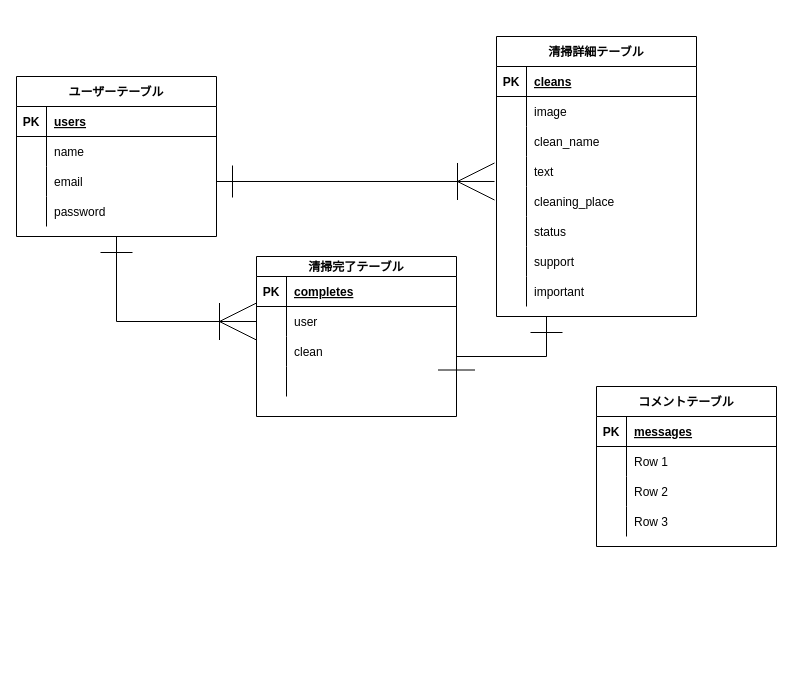
tsunbow/cleanliness-me keeps this draw.io diagram as cleanliness_me.dio. Above is the earlier version. Source tidied: cells renumbered, new cells numbered last; positions are measured from the earlier drawing's top-left corner, leaving out a move shared by most shapes. Both pictures are drawn from the tidied source at 100%, with x=0, y=0 at pixel (16, 36).
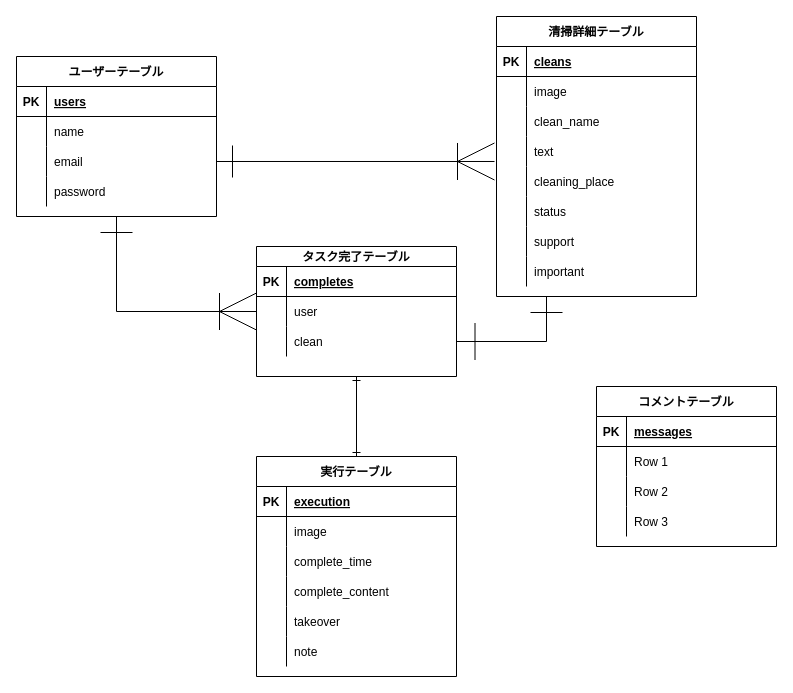
The same diagram, later.

Change to the diagram source:
```diff
@@
     <mxCell id="3" value="ユーザーテーブル" style="shape=table;startSize=30;childLayout=tableLayout;rowLines=0;fontStyle=1;align=center;" parent="1" vertex="1">
-      <mxGeometry y="40" width="200" height="160" as="geometry" />
+      <mxGeometry y="20" width="200" height="160" as="geometry" />
     </mxCell>
@@
     <mxCell id="17" value="清掃詳細テーブル" style="shape=table;startSize=30;childLayout=tableLayout;rowLines=0;fontStyle=1;align=center;" parent="1" vertex="1">
-      <mxGeometry x="480" width="200" height="280" as="geometry" />
+      <mxGeometry x="480" y="-20" width="200" height="280" as="geometry" />
     </mxCell>
@@
+    <mxCell id="69" style="edgeStyle=orthogonalEdgeStyle;rounded=0;jettySize=auto;html=1;exitX=0.5;exitY=1;exitDx=0;exitDy=0;entryX=0.5;entryY=0;entryDx=0;entryDy=0;endArrow=ERone;endFill=0;startArrow=ERone;startFill=0;" parent="1" edge="1" source="55" target="70">
+      <mxGeometry relative="1" as="geometry" />
+    </mxCell>
-    <mxCell id="55" value="清掃完了テーブル" style="shape=table;startSize=20;childLayout=tableLayout;rowLines=0;fontStyle=1;align=center;" parent="1" vertex="1">
-      <mxGeometry x="240" y="220" width="200" height="160" as="geometry" />
+    <mxCell id="55" value="タスク完了テーブル" style="shape=table;startSize=20;childLayout=tableLayout;rowLines=0;fontStyle=1;align=center;" parent="1" vertex="1">
+      <mxGeometry x="240" y="210" width="200" height="130" as="geometry" />
     </mxCell>
@@
-    <mxCell id="65" style="shape=partialRectangle;fillColor=none;top=0;left=0;bottom=0;right=0;" parent="55" vertex="1">
-      <mxGeometry y="110" width="200" height="30" as="geometry" />
-    </mxCell>
-    <mxCell id="66" style="shape=partialRectangle;fillColor=none;top=0;left=0;bottom=0;right=0;overflow=hidden;" parent="65" vertex="1">
-      <mxGeometry width="30" height="30" as="geometry" />
-    </mxCell>
-    <mxCell id="67" style="shape=partialRectangle;fillColor=none;top=0;left=0;bottom=0;right=0;align=left;spacingLeft=6;overflow=hidden;" parent="65" vertex="1">
-      <mxGeometry x="30" width="170" height="30" as="geometry" />
-    </mxCell>
@@
+    <mxCell id="70" value="実行テーブル" style="shape=table;startSize=30;childLayout=tableLayout;rowLines=0;fontStyle=1;align=center;" parent="1" vertex="1">
+      <mxGeometry x="240" y="420" width="200" height="220" as="geometry" />
+    </mxCell>
+    <mxCell id="71" style="shape=partialRectangle;fillColor=none;top=0;left=0;bottom=1;right=0;" parent="70" vertex="1">
+      <mxGeometry y="30" width="200" height="30" as="geometry" />
+    </mxCell>
+    <mxCell id="72" value="PK" style="shape=partialRectangle;fillColor=none;top=0;left=0;bottom=0;right=0;fontStyle=1;overflow=hidden;" parent="71" vertex="1">
+      <mxGeometry width="30" height="30" as="geometry" />
+    </mxCell>
+    <mxCell id="73" value="execution" style="shape=partialRectangle;fillColor=none;top=0;left=0;bottom=0;right=0;align=left;spacingLeft=6;fontStyle=5;overflow=hidden;" parent="71" vertex="1">
+      <mxGeometry x="30" width="170" height="30" as="geometry" />
+    </mxCell>
+    <mxCell id="74" style="shape=partialRectangle;fillColor=none;top=0;left=0;bottom=0;right=0;" parent="70" vertex="1">
+      <mxGeometry y="60" width="200" height="30" as="geometry" />
+    </mxCell>
+    <mxCell id="75" style="shape=partialRectangle;fillColor=none;top=0;left=0;bottom=0;right=0;overflow=hidden;" parent="74" vertex="1">
+      <mxGeometry width="30" height="30" as="geometry" />
+    </mxCell>
+    <mxCell id="76" value="image" style="shape=partialRectangle;fillColor=none;top=0;left=0;bottom=0;right=0;align=left;spacingLeft=6;overflow=hidden;" parent="74" vertex="1">
+      <mxGeometry x="30" width="170" height="30" as="geometry" />
+    </mxCell>
+    <mxCell id="77" style="shape=partialRectangle;fillColor=none;top=0;left=0;bottom=0;right=0;" parent="70" vertex="1">
+      <mxGeometry y="90" width="200" height="30" as="geometry" />
+    </mxCell>
+    <mxCell id="78" style="shape=partialRectangle;fillColor=none;top=0;left=0;bottom=0;right=0;overflow=hidden;" parent="77" vertex="1">
+      <mxGeometry width="30" height="30" as="geometry" />
+    </mxCell>
+    <mxCell id="79" value="complete_time" style="shape=partialRectangle;fillColor=none;top=0;left=0;bottom=0;right=0;align=left;spacingLeft=6;overflow=hidden;" parent="77" vertex="1">
+      <mxGeometry x="30" width="170" height="30" as="geometry" />
+    </mxCell>
+    <mxCell id="80" style="shape=partialRectangle;fillColor=none;top=0;left=0;bottom=0;right=0;" parent="70" vertex="1">
+      <mxGeometry y="120" width="200" height="30" as="geometry" />
+    </mxCell>
+    <mxCell id="81" style="shape=partialRectangle;fillColor=none;top=0;left=0;bottom=0;right=0;overflow=hidden;" parent="80" vertex="1">
+      <mxGeometry width="30" height="30" as="geometry" />
+    </mxCell>
+    <mxCell id="82" value="complete_content" style="shape=partialRectangle;fillColor=none;top=0;left=0;bottom=0;right=0;align=left;spacingLeft=6;overflow=hidden;" parent="80" vertex="1">
+      <mxGeometry x="30" width="170" height="30" as="geometry" />
+    </mxCell>
+    <mxCell id="83" style="shape=partialRectangle;fillColor=none;top=0;left=0;bottom=0;right=0;" parent="70" vertex="1">
+      <mxGeometry y="150" width="200" height="30" as="geometry" />
+    </mxCell>
+    <mxCell id="84" style="shape=partialRectangle;fillColor=none;top=0;left=0;bottom=0;right=0;overflow=hidden;" parent="83" vertex="1">
+      <mxGeometry width="30" height="30" as="geometry" />
+    </mxCell>
+    <mxCell id="85" value="takeover" style="shape=partialRectangle;fillColor=none;top=0;left=0;bottom=0;right=0;align=left;spacingLeft=6;overflow=hidden;" parent="83" vertex="1">
+      <mxGeometry x="30" width="170" height="30" as="geometry" />
+    </mxCell>
+    <mxCell id="86" style="shape=partialRectangle;fillColor=none;top=0;left=0;bottom=0;right=0;" parent="70" vertex="1">
+      <mxGeometry y="180" width="200" height="30" as="geometry" />
+    </mxCell>
+    <mxCell id="87" style="shape=partialRectangle;fillColor=none;top=0;left=0;bottom=0;right=0;overflow=hidden;" parent="86" vertex="1">
+      <mxGeometry width="30" height="30" as="geometry" />
+    </mxCell>
+    <mxCell id="88" value="note" style="shape=partialRectangle;fillColor=none;top=0;left=0;bottom=0;right=0;align=left;spacingLeft=6;overflow=hidden;" parent="86" vertex="1">
+      <mxGeometry x="30" width="170" height="30" as="geometry" />
+    </mxCell>
```
